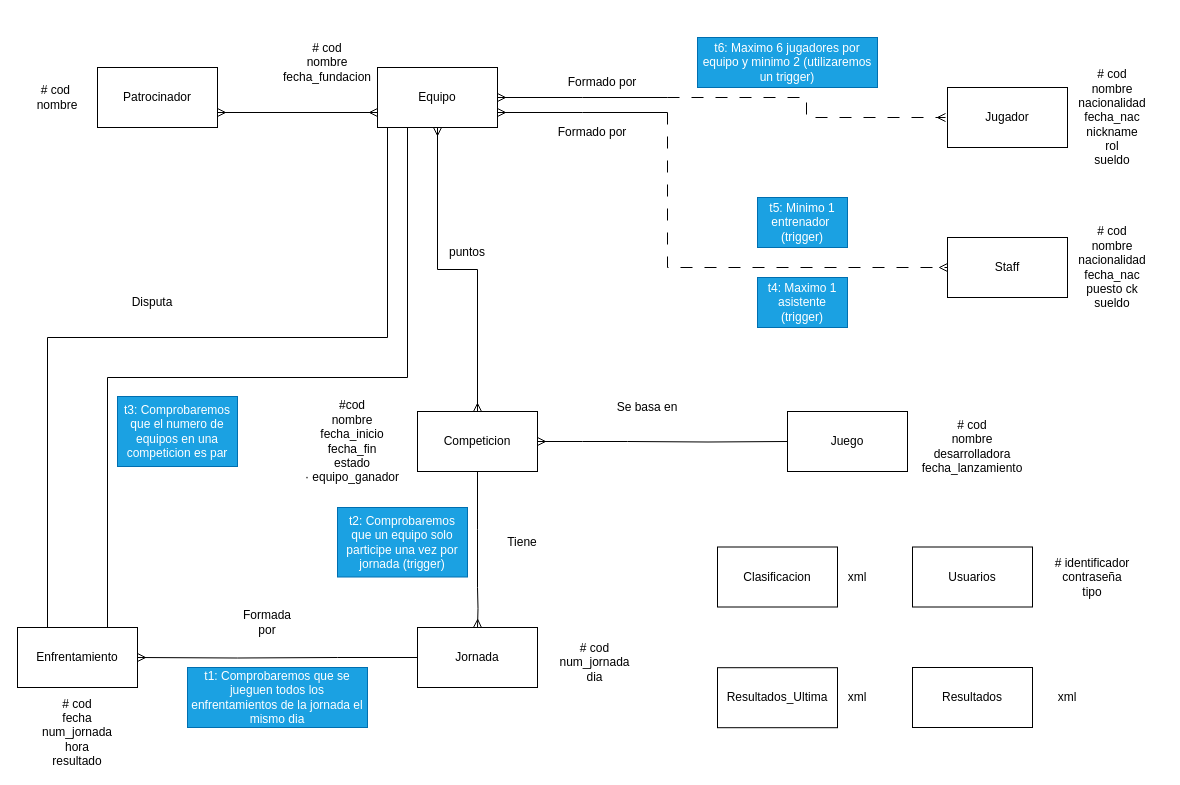
Above: Base de Datos/Fase 1/MER.drawio in ByteBrawl-Consulting/Consultoria-E-Sports (draw.io), before the change. Source tidied: cells renumbered, new cells numbered last; positions are measured from the earlier drawing's top-left corner, leaving out a move shared by most shapes. Both pictures are drawn from the tidied source at 100%, with x=0, y=0 at pixel (17, 17).
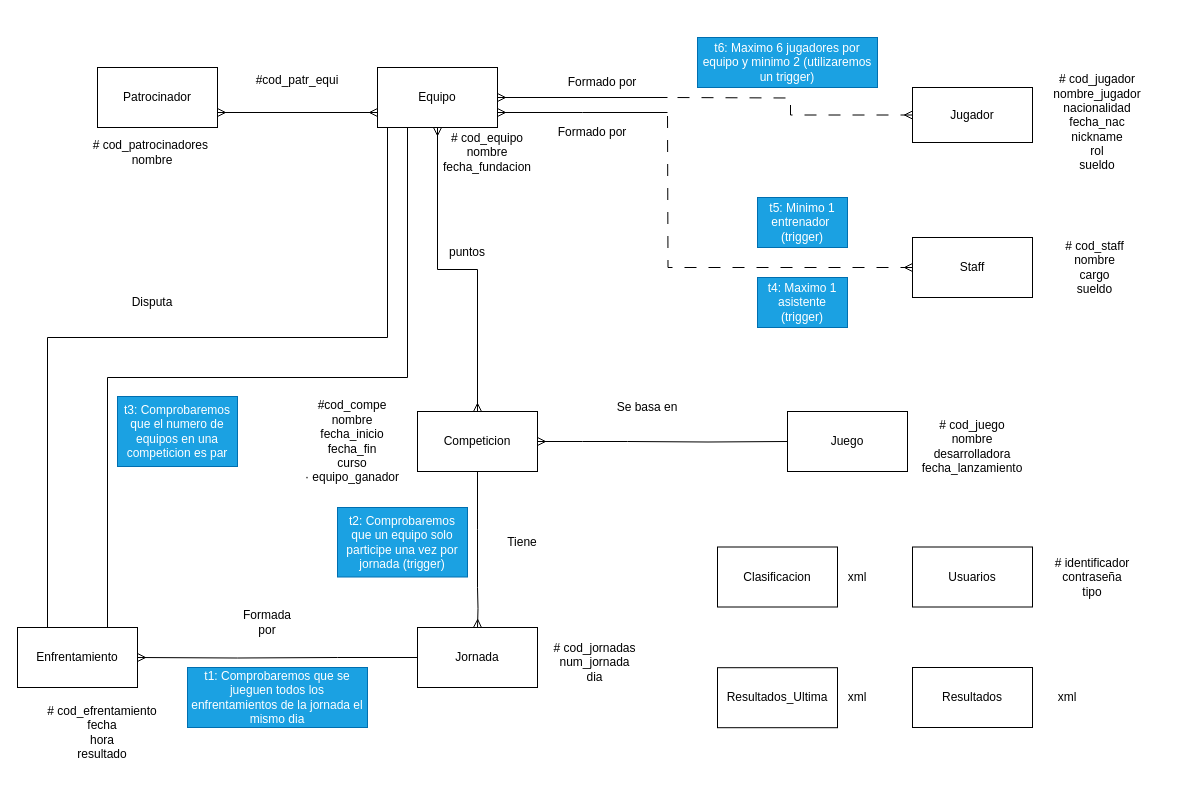
After the change.

Commit message (it also covers changes not shown here):
Coherencia en el MER

Unchanged cells that the change refers to:
```xml
<mxCell id="8" value="Equipo" style="rounded=0;whiteSpace=wrap;html=1;" parent="1" vertex="1">
  <mxGeometry x="360" y="50" width="120" height="60" as="geometry" />
</mxCell>
```

What changed in the source:
```diff
@@
-    <mxCell id="2" style="edgeStyle=orthogonalEdgeStyle;rounded=0;jettySize=auto;html=1;exitX=1;exitY=0.5;exitDx=0;exitDy=0;endArrow=none;endFill=0;startArrow=ERmany;startFill=0;" parent="1" edge="1" source="8">
+    <mxCell id="2" style="rounded=0;jettySize=auto;html=1;exitX=1;exitY=0.5;exitDx=0;exitDy=0;endArrow=none;endFill=0;startArrow=ERmany;startFill=0;" parent="1" edge="1" source="8">
       <mxGeometry relative="1" as="geometry">
         <mxPoint x="650" y="80" as="targetPoint" />
       </mxGeometry>
     </mxCell>
@@
+    <mxCell id="53" style="edgeStyle=orthogonalEdgeStyle;rounded=0;jettySize=auto;html=1;exitX=0;exitY=0.5;exitDx=0;exitDy=0;endArrow=none;endFill=0;startArrow=ERmany;startFill=0;strokeColor=default;dashed=1;dashPattern=12 12;" parent="1" edge="1" source="9">
+      <mxGeometry relative="1" as="geometry">
+        <mxPoint x="650" y="80" as="targetPoint" />
+      </mxGeometry>
+    </mxCell>
     <mxCell id="9" value="Jugador" style="rounded=0;whiteSpace=wrap;html=1;" parent="1" vertex="1">
-      <mxGeometry x="930" y="70" width="120" height="60" as="geometry" />
+      <mxGeometry x="895" y="70" width="120" height="55" as="geometry" />
     </mxCell>
-    <mxCell id="10" style="edgeStyle=orthogonalEdgeStyle;rounded=0;jettySize=auto;html=1;entryX=0;entryY=0.5;entryDx=0;entryDy=0;endArrow=ERmany;endFill=0;dashed=1;dashPattern=12 12;" parent="1" edge="1" target="12">
-      <mxGeometry relative="1" as="geometry">
-        <mxPoint x="650" y="95" as="sourcePoint" />
-        <Array as="points">
-          <mxPoint x="650" y="250" />
-        </Array>
-      </mxGeometry>
-    </mxCell>
-    <mxCell id="11" style="edgeStyle=orthogonalEdgeStyle;rounded=0;orthogonalLoop=1;jettySize=auto;html=1;endArrow=ERmany;endFill=0;dashed=1;dashPattern=12 12;startArrow=none;startFill=0;" parent="1" edge="1">
-      <mxGeometry relative="1" as="geometry">
-        <mxPoint x="650" y="80" as="sourcePoint" />
-        <mxPoint x="928" y="100" as="targetPoint" />
-        <Array as="points">
-          <mxPoint x="789" y="80" />
-          <mxPoint x="789" y="100" />
-          <mxPoint x="928" y="100" />
-        </Array>
-      </mxGeometry>
-    </mxCell>
+    <mxCell id="54" style="edgeStyle=orthogonalEdgeStyle;rounded=0;jettySize=auto;html=1;exitX=0;exitY=0.5;exitDx=0;exitDy=0;startArrow=ERmany;startFill=0;endArrow=none;endFill=0;dashed=1;dashPattern=12 12;" parent="1" edge="1" source="12">
+      <mxGeometry relative="1" as="geometry">
+        <mxPoint x="650" y="90" as="targetPoint" />
+      </mxGeometry>
+    </mxCell>
     <mxCell id="12" value="Staff" style="rounded=0;whiteSpace=wrap;html=1;" parent="1" vertex="1">
-      <mxGeometry x="930" y="220" width="120" height="60" as="geometry" />
+      <mxGeometry x="895" y="220" width="120" height="60" as="geometry" />
     </mxCell>
@@
-    <mxCell id="33" value="# cod&lt;div&gt;num_jornada&lt;div&gt;dia&lt;/div&gt;&lt;/div&gt;" style="text;html=1;align=center;verticalAlign=middle;whiteSpace=wrap;rounded=0;" parent="1" vertex="1">
+    <mxCell id="33" value="# cod_jornadas&lt;div&gt;num_jornada&lt;div&gt;dia&lt;/div&gt;&lt;/div&gt;" style="text;html=1;align=center;verticalAlign=middle;whiteSpace=wrap;rounded=0;" parent="1" vertex="1">
       <mxGeometry x="520" y="600" width="115" height="90" as="geometry" />
     </mxCell>
-    <mxCell id="34" value="&lt;div&gt;# cod&lt;/div&gt;nombre&lt;div&gt;desarrolladora&lt;/div&gt;&lt;div&gt;fecha_lanzamiento&lt;/div&gt;" style="text;html=1;align=center;verticalAlign=middle;whiteSpace=wrap;rounded=0;" parent="1" vertex="1">
+    <mxCell id="34" value="&lt;div&gt;# cod_juego&lt;/div&gt;nombre&lt;div&gt;desarrolladora&lt;/div&gt;&lt;div&gt;fecha_lanzamiento&lt;/div&gt;" style="text;html=1;align=center;verticalAlign=middle;whiteSpace=wrap;rounded=0;" parent="1" vertex="1">
       <mxGeometry x="900" y="403" width="110" height="51" as="geometry" />
     </mxCell>
-    <mxCell id="35" value="# cod&lt;div&gt;fecha&lt;/div&gt;&lt;div&gt;num_jornada&lt;/div&gt;&lt;div&gt;hora&lt;/div&gt;&lt;div&gt;resultado&lt;/div&gt;" style="text;html=1;align=center;verticalAlign=middle;whiteSpace=wrap;rounded=0;" parent="1" vertex="1">
-      <mxGeometry x="10" y="680" width="100" height="70" as="geometry" />
+    <mxCell id="35" value="# cod_efrentamiento&lt;div&gt;fecha&lt;/div&gt;&lt;div&gt;&lt;span style=&quot;background-color: initial;&quot;&gt;hora&lt;/span&gt;&lt;br&gt;&lt;/div&gt;&lt;div&gt;resultado&lt;/div&gt;" style="text;html=1;align=center;verticalAlign=middle;whiteSpace=wrap;rounded=0;" parent="1" vertex="1">
+      <mxGeometry x="10" y="680" width="150" height="70" as="geometry" />
     </mxCell>
-    <mxCell id="36" value="# cod&lt;div&gt;nombre&lt;/div&gt;&lt;div&gt;fecha_fundacion&lt;/div&gt;" style="text;html=1;align=center;verticalAlign=middle;whiteSpace=wrap;rounded=0;" parent="1" vertex="1">
-      <mxGeometry x="260" width="100" height="90" as="geometry" />
+    <mxCell id="36" value="# cod_equipo&lt;div&gt;nombre&lt;/div&gt;&lt;div&gt;fecha_fundacion&lt;/div&gt;" style="text;html=1;align=center;verticalAlign=middle;whiteSpace=wrap;rounded=0;" parent="1" vertex="1">
+      <mxGeometry x="420" y="90" width="100" height="90" as="geometry" />
     </mxCell>
-    <mxCell id="37" value="# cod&lt;div&gt;nombre&lt;/div&gt;&lt;div&gt;nacionalidad&lt;/div&gt;&lt;div&gt;fecha_nac&lt;/div&gt;&lt;div&gt;nickname&lt;/div&gt;&lt;div&gt;rol&lt;/div&gt;&lt;div&gt;sueldo&lt;/div&gt;" style="text;html=1;align=center;verticalAlign=middle;whiteSpace=wrap;rounded=0;" parent="1" vertex="1">
-      <mxGeometry x="1050" y="45" width="90" height="110" as="geometry" />
+    <mxCell id="37" value="# cod_jugador&lt;div&gt;nombre_jugador&lt;/div&gt;&lt;div&gt;nacionalidad&lt;/div&gt;&lt;div&gt;fecha_nac&lt;/div&gt;&lt;div&gt;nickname&lt;/div&gt;&lt;div&gt;rol&lt;/div&gt;&lt;div&gt;sueldo&lt;/div&gt;" style="text;html=1;align=center;verticalAlign=middle;whiteSpace=wrap;rounded=0;" parent="1" vertex="1">
+      <mxGeometry x="1020" y="50" width="120" height="110" as="geometry" />
     </mxCell>
-    <mxCell id="38" value="# cod&lt;div&gt;nombre&lt;/div&gt;&lt;div&gt;nacionalidad&lt;/div&gt;&lt;div&gt;fecha_nac&lt;/div&gt;&lt;div&gt;puesto ck&lt;/div&gt;&lt;div&gt;sueldo&lt;/div&gt;" style="text;html=1;align=center;verticalAlign=middle;whiteSpace=wrap;rounded=0;" parent="1" vertex="1">
-      <mxGeometry x="1045" y="210" width="100" height="80" as="geometry" />
+    <mxCell id="38" value="# cod_staff&lt;div&gt;nombre&lt;/div&gt;&lt;div&gt;cargo&lt;/div&gt;&lt;div&gt;sueldo&lt;/div&gt;" style="text;html=1;align=center;verticalAlign=middle;whiteSpace=wrap;rounded=0;" parent="1" vertex="1">
+      <mxGeometry x="1010" y="210" width="135" height="80" as="geometry" />
     </mxCell>
-    <mxCell id="39" value="#cod&lt;div&gt;nombre&lt;/div&gt;&lt;div&gt;fecha_inicio&lt;/div&gt;&lt;div&gt;fecha_fin&lt;/div&gt;&lt;div&gt;estado&lt;/div&gt;&lt;div&gt;· equipo_ganador&lt;/div&gt;" style="text;html=1;align=center;verticalAlign=middle;whiteSpace=wrap;rounded=0;" parent="1" vertex="1">
+    <mxCell id="39" value="#cod_compe&lt;div&gt;nombre&lt;/div&gt;&lt;div&gt;fecha_inicio&lt;/div&gt;&lt;div&gt;fecha_fin&lt;/div&gt;&lt;div&gt;curso&lt;/div&gt;&lt;div&gt;· equipo_ganador&lt;/div&gt;" style="text;html=1;align=center;verticalAlign=middle;whiteSpace=wrap;rounded=0;" parent="1" vertex="1">
       <mxGeometry x="280" y="374" width="110" height="100" as="geometry" />
     </mxCell>
@@
-    <mxCell id="50" value="# cod&amp;nbsp;&lt;div&gt;nombre&lt;/div&gt;" style="text;html=1;align=center;verticalAlign=middle;whiteSpace=wrap;rounded=0;" parent="1" vertex="1">
-      <mxGeometry x="10" y="65" width="60" height="30" as="geometry" />
+    <mxCell id="50" value="# cod_patrocinadores&amp;nbsp;&lt;div&gt;nombre&lt;/div&gt;" style="text;html=1;align=center;verticalAlign=middle;whiteSpace=wrap;rounded=0;" parent="1" vertex="1">
+      <mxGeometry x="60" y="120" width="150" height="30" as="geometry" />
     </mxCell>
@@
+    <mxCell id="55" value="#cod_patr_equi&lt;div&gt;&lt;br&gt;&lt;/div&gt;" style="text;html=1;align=center;verticalAlign=middle;whiteSpace=wrap;rounded=0;" parent="1" vertex="1">
+      <mxGeometry x="230" y="50" width="100" height="40" as="geometry" />
+    </mxCell>
```
